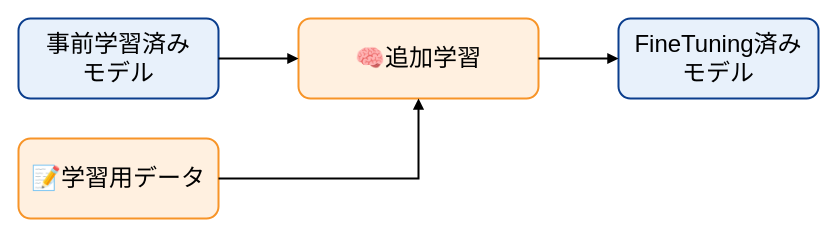
camellian0120/MySeniorThesis keeps this draw.io diagram as 最終/FT.drawio.xml. Above is the earlier version. Source tidied: cells renumbered, new cells numbered last; positions are measured from the earlier drawing's top-left corner, leaving out a move shared by most shapes. Both pictures are drawn from the tidied source at 100%, with x=0, y=0 at pixel (18, 18).
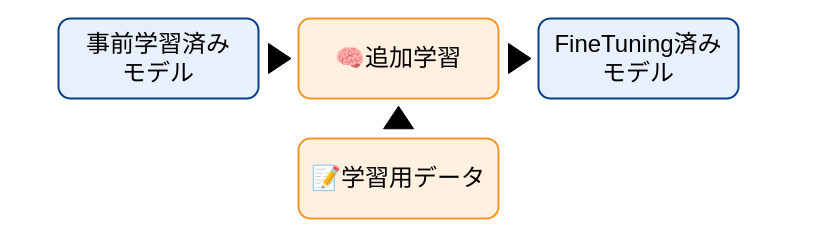
Above is the later version.

The edit, as a diff of the source:
```diff
@@
 <mxGraphModel>
   <root>
     <mxCell id="0" />
     <mxCell id="1" parent="0" />
     <mxCell id="2" value="&lt;div&gt;&lt;font style=&quot;font-size: 24px;&quot;&gt;事前学習済み&lt;/font&gt;&lt;/div&gt;&lt;div&gt;&lt;font style=&quot;font-size: 24px;&quot;&gt;モデル&lt;/font&gt;&lt;/div&gt;" style="rounded=1;whiteSpace=wrap;html=1;strokeColor=#0B3E8D;fillColor=#E8F1FB;fontColor=#000000;strokeWidth=2;" parent="1" vertex="1">
-      <mxGeometry width="200" height="80" as="geometry" />
+      <mxGeometry x="40" width="200" height="80" as="geometry" />
     </mxCell>
     <mxCell id="3" value="&lt;font style=&quot;font-size: 24px;&quot;&gt;📝学習用データ&lt;/font&gt;" style="rounded=1;whiteSpace=wrap;html=1;strokeColor=#F79428;fillColor=#FFF0E0;fontColor=#000000;strokeWidth=2;" parent="1" vertex="1">
-      <mxGeometry y="120" width="200" height="80" as="geometry" />
+      <mxGeometry x="280" y="120" width="200" height="80" as="geometry" />
     </mxCell>
     <mxCell id="4" value="&lt;font style=&quot;font-size: 24px;&quot;&gt;🧠追加学習&lt;/font&gt;" style="rounded=1;whiteSpace=wrap;html=1;strokeColor=#F79428;fillColor=#FFF0E0;fontColor=#000000;strokeWidth=2;" parent="1" vertex="1">
-      <mxGeometry x="280" width="240" height="80" as="geometry" />
+      <mxGeometry x="280" width="200" height="80" as="geometry" />
     </mxCell>
     <mxCell id="5" value="&lt;div&gt;&lt;font style=&quot;font-size: 24px;&quot;&gt;FineTuning済み&lt;/font&gt;&lt;/div&gt;&lt;div&gt;&lt;font style=&quot;font-size: 24px;&quot;&gt;モデル&lt;/font&gt;&lt;/div&gt;" style="rounded=1;whiteSpace=wrap;html=1;strokeColor=#0B3E8D;fillColor=#E8F1FB;fontColor=#000000;strokeWidth=2;" parent="1" vertex="1">
-      <mxGeometry x="600" width="200" height="80" as="geometry" />
+      <mxGeometry x="520" width="200" height="80" as="geometry" />
     </mxCell>
-    <mxCell id="6" style="endArrow=block;strokeColor=#000000;strokeWidth=2;exitX=1;exitY=0.5;exitDx=0;exitDy=0;entryX=0.5;entryY=1;entryDx=0;entryDy=0;rounded=0;curved=0;" parent="1" edge="1" source="3" target="4">
-      <mxGeometry relative="1" as="geometry">
-        <Array as="points">
-          <mxPoint x="400" y="160" />
-        </Array>
-      </mxGeometry>
+    <mxCell id="6" style="triangle;whiteSpace=wrap;html=1;fillColor=#000000;" parent="1" vertex="1">
+      <mxGeometry x="250" y="25" width="22.5" height="30" as="geometry" />
     </mxCell>
-    <mxCell id="7" style="endArrow=block;strokeColor=#000000;strokeWidth=2;" parent="1" edge="1" source="2" target="4">
-      <mxGeometry relative="1" as="geometry" />
+    <mxCell id="7" style="triangle;whiteSpace=wrap;html=1;fillColor=#000000;" parent="1" vertex="1">
+      <mxGeometry x="490" y="25" width="22.5" height="30" as="geometry" />
     </mxCell>
-    <mxCell id="8" style="endArrow=block;strokeColor=#000000;strokeWidth=2;" parent="1" edge="1" source="4" target="5">
-      <mxGeometry relative="1" as="geometry" />
+    <mxCell id="8" style="triangle;whiteSpace=wrap;html=1;fillColor=#000000;rotation=-90;" parent="1" vertex="1">
+      <mxGeometry x="368.8" y="84" width="22.5" height="30" as="geometry" />
     </mxCell>
   </root>
 </mxGraphModel>
```
